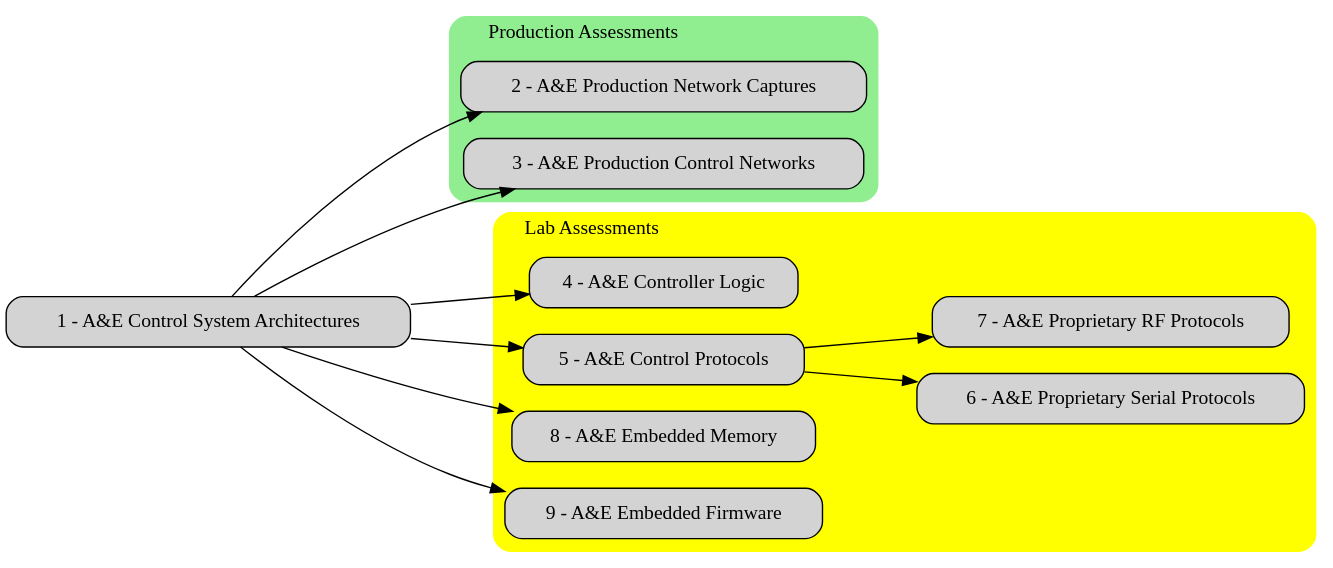
Earlier version of the PlantUML export svg/method_overview.svg (ControlThings-io/diagrams). Its source is kept beside it as src/method_overview.puml. Source of this version:
```plantuml
@startuml
digraph G {
    rankdir=LR
    node [shape=record, fillcolor=lightgrey, style="filled,rounded"]
    1 [label = "1 - A&E Control System Architectures"]
    1 -> 2,3,4,5,8,9

    subgraph cluster0 {
        label = "Production Assessments"
        labeljust = left
        style = "filled,rounded"
        color = LightGreen

        2 [label = "2 - A&E Production Network Captures"]
        3 [label = "3 - A&E Production Control Networks"]
    }

    subgraph cluster1 {
        label = "Lab Assessments"
        labeljust = left
        style = "filled,rounded"
        color = Yellow

        4 [label = "4 - A&E Controller Logic"]
        5 [label = "5 - A&E Control Protocols"]
        6 [label = "6 - A&E Proprietary Serial Protocols"]
        7 [label = "7 - A&E Proprietary RF Protocols"]
        8 [label = "8 - A&E Embedded Memory"]
        9 [label = "9 - A&E Embedded Firmware"]

        5 -> 6,7
    }
}
@enduml
```
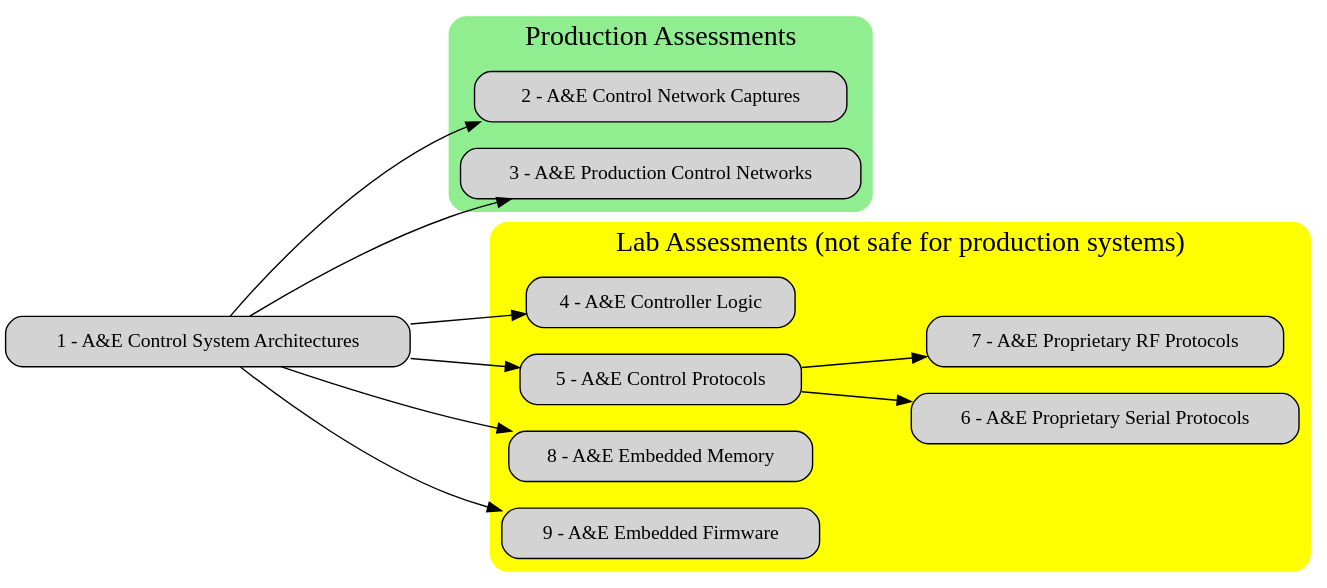
Later version of the same file.

Change to the diagram source:
```diff
@@ -7,17 +7,17 @@
 
     subgraph cluster0 {
         label = "Production Assessments"
-        labeljust = left
+        fontsize = 20
         style = "filled,rounded"
         color = LightGreen
 
-        2 [label = "2 - A&E Production Network Captures"]
+        2 [label = "2 - A&E Control Network Captures"]
         3 [label = "3 - A&E Production Control Networks"]
     }
 
     subgraph cluster1 {
-        label = "Lab Assessments"
-        labeljust = left
+        label = "Lab Assessments (not safe for production systems)"
+        fontsize = 20
         style = "filled,rounded"
         color = Yellow
 
```
